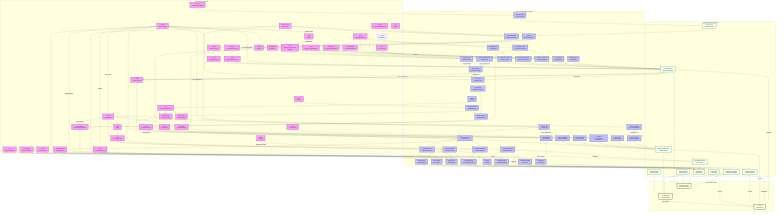
This is docs/figures/scoliosis_mechanism_map.png from sayuj1989-ops/life, a Mermaid export, as it was before one commit. Its source is kept beside it as docs/figures/scoliosis_mechanism_map.mmd.
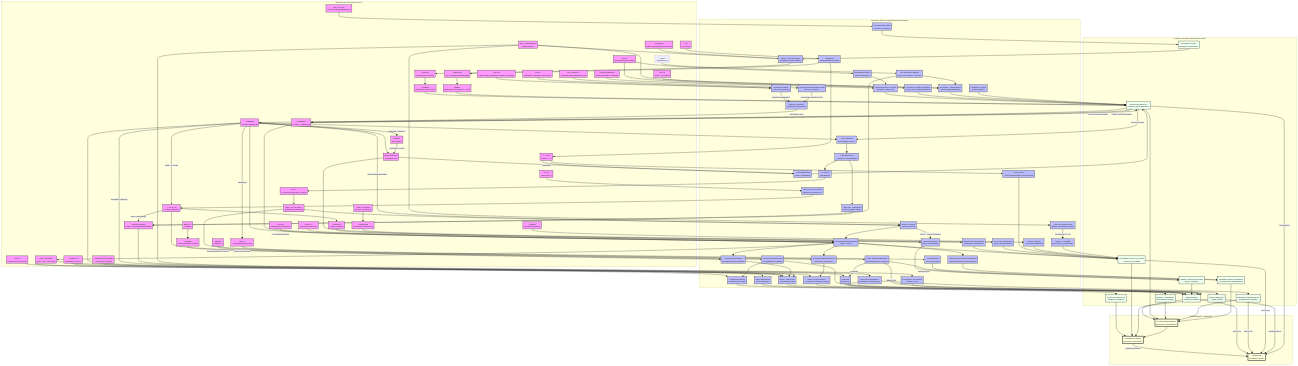
Later version of the same file.

Commit message:
weekly-map: add TRPV4 mechanotransduction arc

What changed in the source:
```diff
@@ -38,6 +38,7 @@
         KCNQ[KCNQ<br/>Potassium Channel]
         GPX4[GPX4<br/>Antioxidant Defense]
         CAV1[CAV1<br/>Caveolin-1]
+        TRPV4[TRPV4<br/>Calcium Channel]
     end
 
     subgraph Processes [Cellular & Developmental Processes]
@@ -80,6 +81,7 @@
         VEGF_A[VEGF-A/PGE2<br/>Secretory Response]
         Ferroptosis[Ferroptosis<br/>Iron Overload]
         Membrane_Tension[Membrane Tension<br/>Buffering Reserve]
+        Chondro_Diff[Chondrocyte Differentiation<br/>Endochondral Ossification]
     end
 
     subgraph Tissue [Tissue Mechanics & Properties]
@@ -279,7 +281,11 @@
     CAV1 --> Membrane_Tension
     Membrane_Tension --> YAP
 
-    class HOX,COL,PIEZO1,PIEZO2,CILIA,LBX1,ADGRG6,PTK7,YAP,PKD2L1,MMP,URP,UTS2R,GFAP,VIM,LAMIN,BMAL1,RUNX3,METTL3,ESR1,MELATONIN,MT2,HIF1A,POC5,DSTYK,TFEB,Beta_Catenin,DPY19L1L,IGF1R,GHR,SOST,FBN1,CCN,PPARGC1A,KCNQ,GPX4,CAV1 gene;
-    class Region,ECM_Assembly,Mech_Trans,Sym_Break,Neur_Diff,Muscle_Diff,Disc_Maint,PCP_Sig,Nucl_Shuttle,CSF_Sensing,Degradation,Astrogliosis,mtROS,Adipogenesis,Hydraulic_Congestion,Immune_Infilt,Circadian_Entrain,Proprio_Maint,H3K9me3,VCL_Stasis,Glymphatic_Stasis,Vestibular_Input,Gi_cAMP,Ciliary_Tuning,Hypoxia,Osteogenesis,Ciliary_Splint,Vacuole_Biogenesis,C_Mannosylation,Rapid_Growth,Energy_Deficit,mtBiogenesis,Fibrosis,TGFB,Osteocyte_Dendrite,Actin_Dynamics,VEGF_A,Ferroptosis,Membrane_Tension process;
+    TRPV4 --> Mech_Trans
+    Mech_Trans --> Chondro_Diff
+    Chondro_Diff --> Growth_Plate_Dysplasia
+
+    class HOX,COL,PIEZO1,PIEZO2,CILIA,LBX1,ADGRG6,PTK7,YAP,PKD2L1,MMP,URP,UTS2R,GFAP,VIM,LAMIN,BMAL1,RUNX3,METTL3,ESR1,MELATONIN,MT2,HIF1A,POC5,DSTYK,TFEB,Beta_Catenin,DPY19L1L,IGF1R,GHR,SOST,FBN1,CCN,PPARGC1A,KCNQ,GPX4,CAV1,TRPV4 gene;
+    class Region,ECM_Assembly,Mech_Trans,Sym_Break,Neur_Diff,Muscle_Diff,Disc_Maint,PCP_Sig,Nucl_Shuttle,CSF_Sensing,Degradation,Astrogliosis,mtROS,Adipogenesis,Hydraulic_Congestion,Immune_Infilt,Circadian_Entrain,Proprio_Maint,H3K9me3,VCL_Stasis,Glymphatic_Stasis,Vestibular_Input,Gi_cAMP,Ciliary_Tuning,Hypoxia,Osteogenesis,Ciliary_Splint,Vacuole_Biogenesis,C_Mannosylation,Rapid_Growth,Energy_Deficit,mtBiogenesis,Fibrosis,TGFB,Osteocyte_Dendrite,Actin_Dynamics,VEGF_A,Ferroptosis,Membrane_Tension,Chondro_Diff process;
     class Rest_Kappa,Stiffness,Torsional_Stiffness,Gain,Torsion,Muscle_Tone,Anisotropy,TMD,Reissner_Fiber,Growth_Plate_Dysplasia tissue;
     class S_Curve,Stability,Scoliosis outcome;
```
